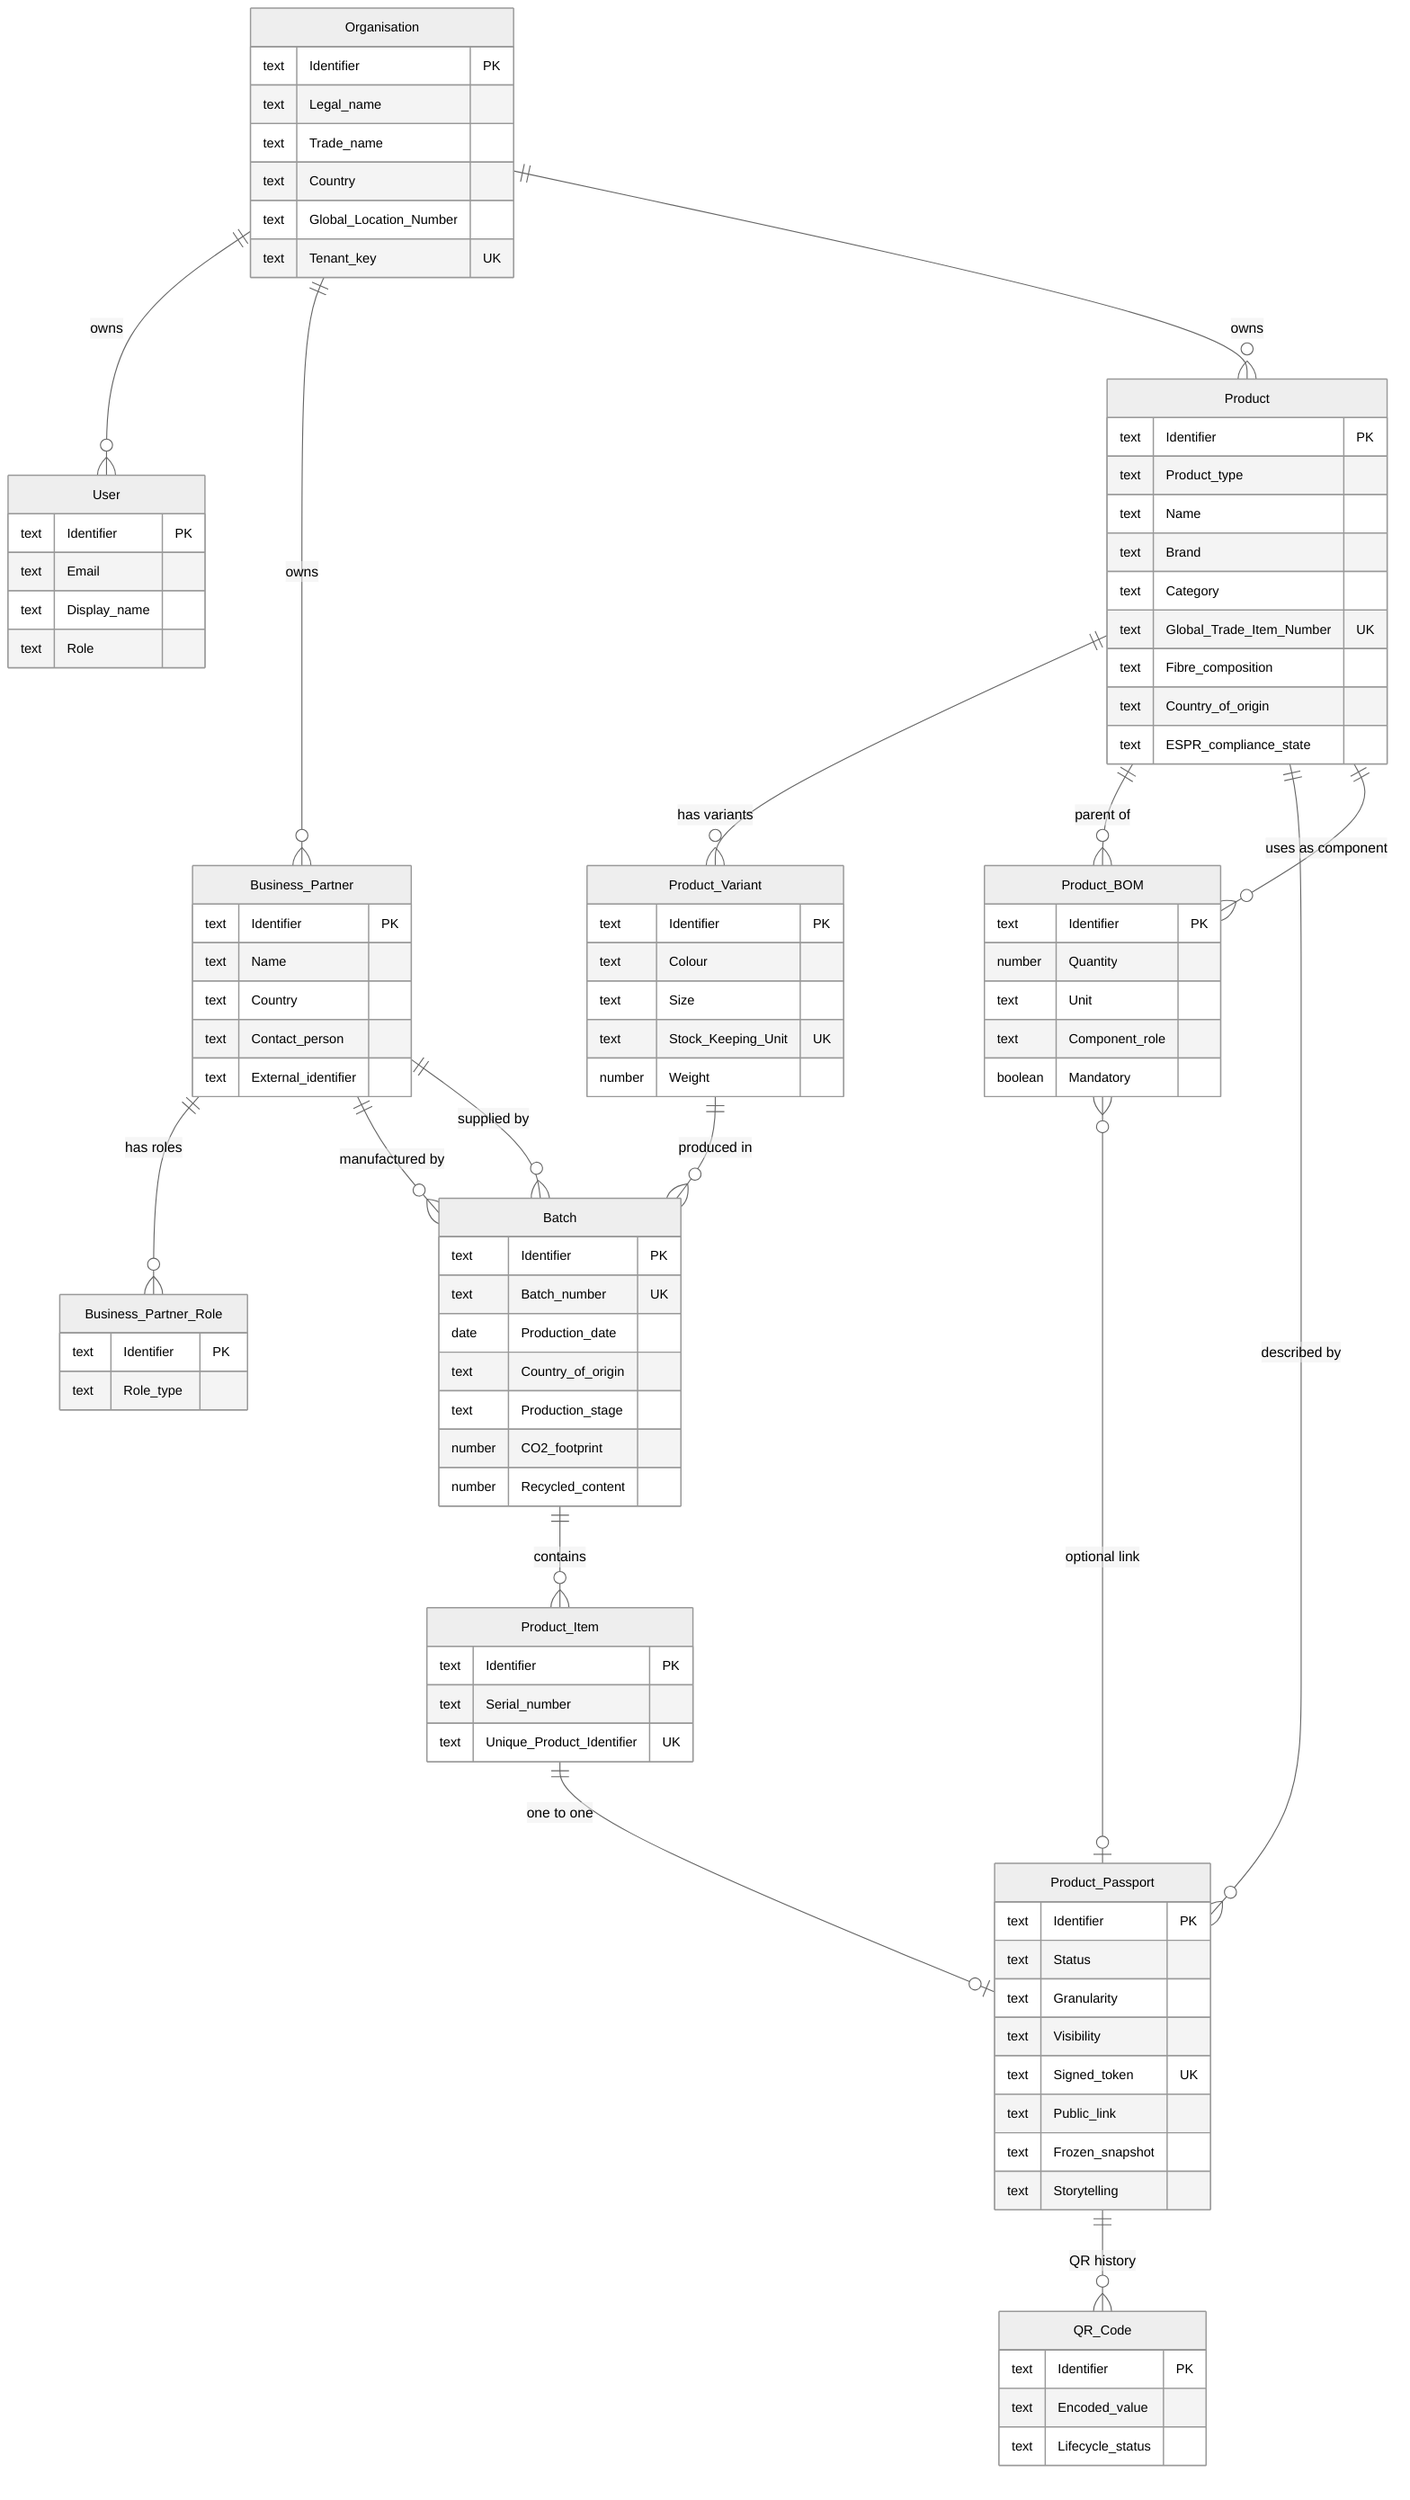
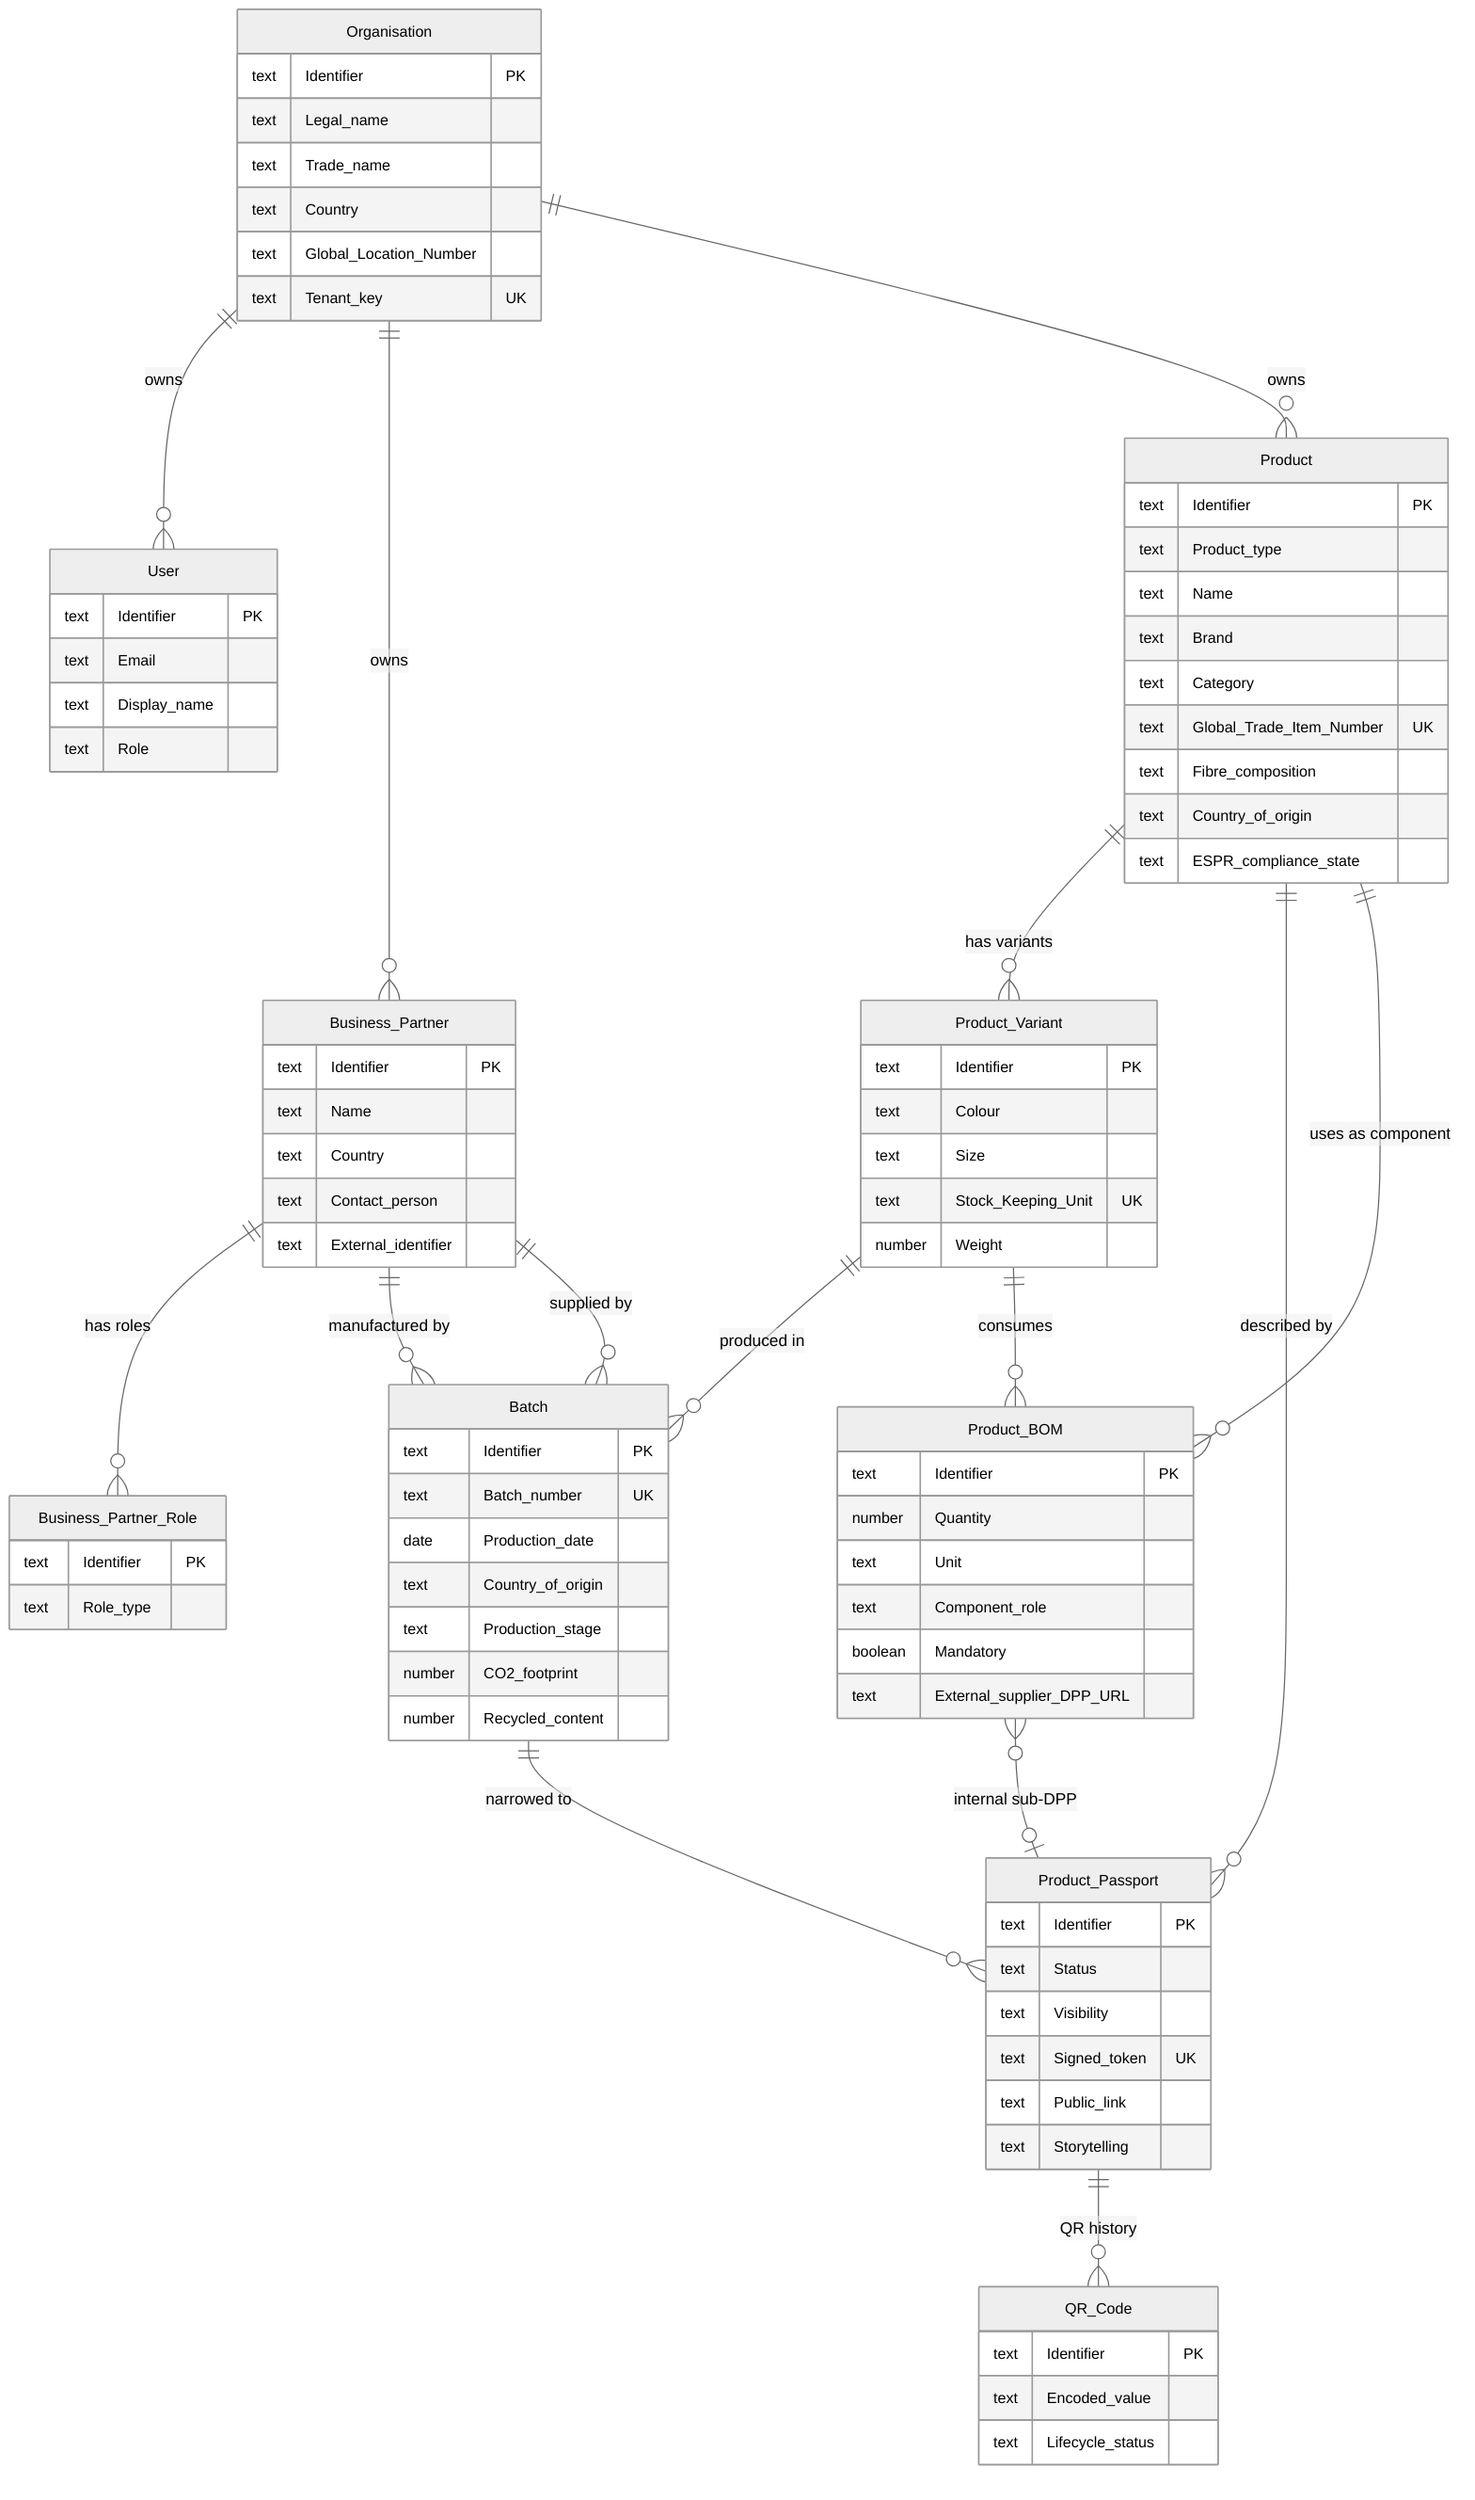
%%{init: {'theme':'neutral', 'themeVariables': { 'fontSize': '13px'}}}%%
erDiagram

    %% Organisation layer
    Organisation     ||--o{ User              : "owns"
    Organisation     ||--o{ Business_Partner  : "owns"
    Organisation     ||--o{ Product           : "owns"
    Business_Partner ||--o{ Business_Partner_Role : "has roles"

    %% Product layer
    Product          ||--o{ Product_Variant   : "has variants"
    Product_Variant  ||--o{ Batch             : "produced in"
-     Batch            ||--o{ Product_Item      : "contains"
    Business_Partner ||--o{ Batch             : "manufactured by"
    Business_Partner ||--o{ Batch             : "supplied by"
-     Product          ||--o{ Product_BOM       : "parent of"
+     Product_Variant  ||--o{ Product_BOM       : "consumes"
    Product_BOM      }o--|| Product           : "uses as component"

    %% Passport layer
    Product          ||--o{ Product_Passport  : "described by"
-     Product_Item     ||--o| Product_Passport  : "one to one"
+     Batch            ||--o{ Product_Passport  : "narrowed to"
    Product_Passport ||--o{ QR_Code           : "QR history"
-     Product_BOM      }o--o| Product_Passport  : "optional link"
+     Product_BOM      }o--o| Product_Passport  : "internal sub-DPP"

    Organisation {
        text Identifier              PK
        text Legal_name
        text Trade_name
        text Country
        text Global_Location_Number
        text Tenant_key              UK
    }

    User {
        text Identifier              PK
        text Email
        text Display_name
        text Role
    }

    Business_Partner {
        text Identifier              PK
        text Name
        text Country
        text Contact_person
        text External_identifier
    }

    Business_Partner_Role {
        text Identifier              PK
        text Role_type
    }

    Product {
        text Identifier              PK
        text Product_type
        text Name
        text Brand
        text Category
        text Global_Trade_Item_Number UK
        text Fibre_composition
        text Country_of_origin
        text ESPR_compliance_state
    }

    Product_Variant {
        text Identifier              PK
        text Colour
        text Size
        text Stock_Keeping_Unit      UK
        number Weight
    }

    Batch {
        text Identifier              PK
        text Batch_number            UK
        date Production_date
        text Country_of_origin
        text Production_stage
        number CO2_footprint
        number Recycled_content
    }

-     Product_Item {
-         text Identifier              PK
-         text Serial_number
-         text Unique_Product_Identifier UK
-     }
- 
    Product_BOM {
        text Identifier              PK
        number Quantity
        text Unit
        text Component_role
        boolean Mandatory
+         text External_supplier_DPP_URL
    }

    Product_Passport {
        text Identifier              PK
        text Status
-         text Granularity
        text Visibility
        text Signed_token            UK
        text Public_link
-         text Frozen_snapshot
        text Storytelling
    }

    QR_Code {
        text Identifier              PK
        text Encoded_value
        text Lifecycle_status
    }
